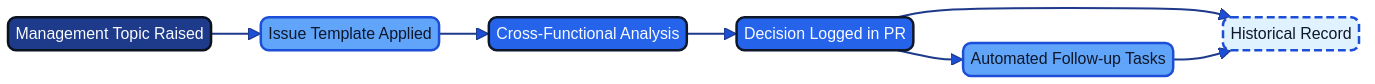
Geonitab/architecture_as_code keeps this Mermaid diagram as docs/images/diagram_19_management_workflow.png. Above is the earlier version. Its source is kept beside it as docs/images/diagram_19_management_workflow.mmd.
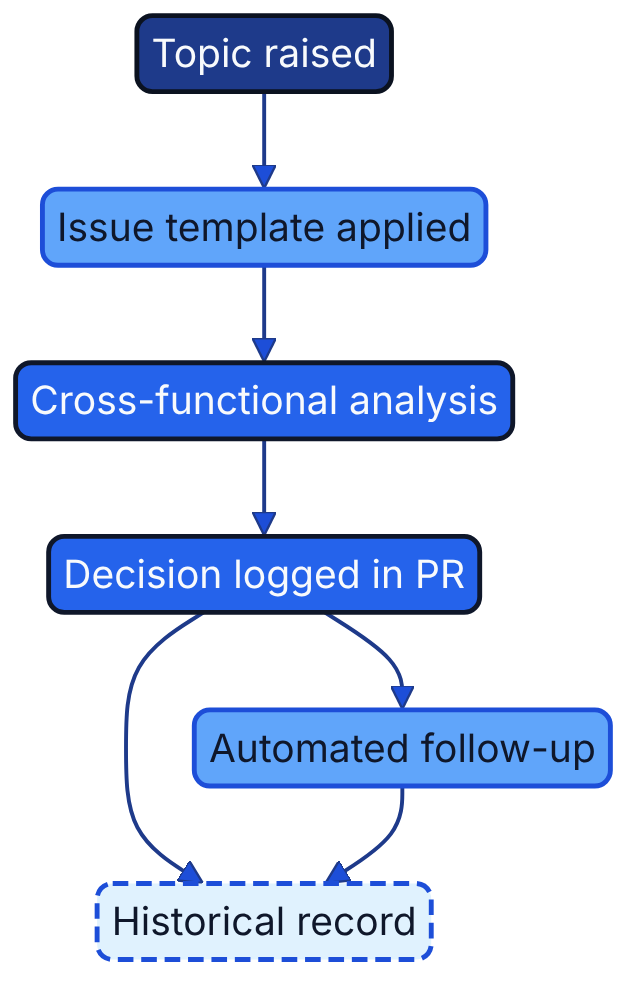
After the change.

Diff of the diagram source:
```diff
@@ -1,10 +1,10 @@
-graph LR
-    Topic[Management Topic Raised]:::kv-primary
-    Template[Issue Template Applied]:::kv-highlight
-    Analysis[Cross-Functional Analysis]:::kv-accent
-    Decision[Decision Logged in PR]:::kv-accent
-    FollowUp[Automated Follow-up Tasks]:::kv-highlight
-    Archive[Historical Record]:::kv-muted
+graph TB
+    Topic[Topic raised]:::kv-primary
+    Template[Issue template applied]:::kv-highlight
+    Analysis[Cross-functional analysis]:::kv-accent
+    Decision[Decision logged in PR]:::kv-accent
+    FollowUp[Automated follow-up]:::kv-highlight
+    Archive[Historical record]:::kv-muted
 
     Topic --> Template
     Template --> Analysis
```
